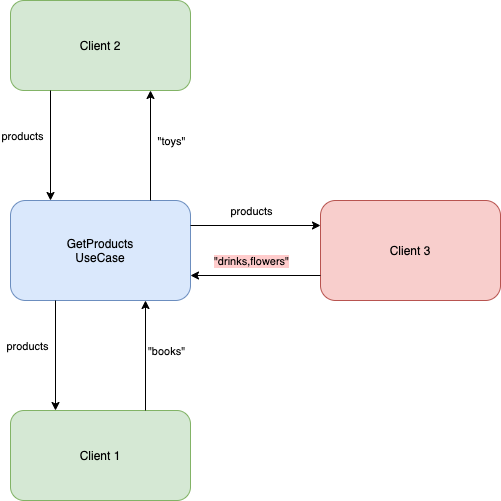
This is hyrum_law_end_behavior.png from fabiocarballo/fabiocarballo.github.io, a draw.io export, as it was before one commit. Source tidied: cells renumbered, new cells last; positions are measured from the earlier drawing's top-left corner, leaving out a move shared by most shapes. Source of this version:
```xml
<mxGraphModel>
  <root>
    <mxCell id="0" />
    <mxCell id="1" parent="0" />
    <mxCell id="2" value="Client 1" style="rounded=1;whiteSpace=wrap;html=1;fillColor=#d5e8d4;strokeColor=#82b366;" parent="1" vertex="1">
      <mxGeometry y="410" width="180" height="90" as="geometry" />
    </mxCell>
    <mxCell id="3" style="edgeStyle=orthogonalEdgeStyle;rounded=0;jettySize=auto;html=1;exitX=0.75;exitY=0;exitDx=0;exitDy=0;entryX=0.75;entryY=1;entryDx=0;entryDy=0;" parent="1" edge="1" source="2" target="5">
      <mxGeometry relative="1" as="geometry" />
    </mxCell>
    <mxCell id="4" value="&quot;books&quot;" style="edgeLabel;html=1;align=center;verticalAlign=middle;" parent="3" vertex="1">
      <mxGeometry x="0.09" y="1" relative="1" as="geometry">
        <mxPoint x="21" as="offset" />
      </mxGeometry>
    </mxCell>
    <mxCell id="5" value="GetProducts&lt;br&gt;UseCase" style="rounded=1;whiteSpace=wrap;html=1;fillColor=#dae8fc;strokeColor=#6c8ebf;" parent="1" vertex="1">
      <mxGeometry y="200" width="180" height="100" as="geometry" />
    </mxCell>
    <mxCell id="6" style="edgeStyle=orthogonalEdgeStyle;rounded=0;jettySize=auto;html=1;exitX=0.25;exitY=1;exitDx=0;exitDy=0;entryX=0.25;entryY=0;entryDx=0;entryDy=0;" parent="1" edge="1" source="5" target="2">
      <mxGeometry relative="1" as="geometry" />
    </mxCell>
    <mxCell id="7" value="products" style="edgeLabel;html=1;align=center;verticalAlign=middle;" parent="6" vertex="1">
      <mxGeometry x="-0.26" relative="1" as="geometry">
        <mxPoint x="-29" y="4" as="offset" />
      </mxGeometry>
    </mxCell>
    <mxCell id="8" value="Client 2" style="rounded=1;whiteSpace=wrap;html=1;fillColor=#d5e8d4;strokeColor=#82b366;" parent="1" vertex="1">
      <mxGeometry width="180" height="90" as="geometry" />
    </mxCell>
    <mxCell id="9" style="edgeStyle=orthogonalEdgeStyle;rounded=0;orthogonalLoop=1;jettySize=auto;html=1;exitX=0.25;exitY=1;exitDx=0;exitDy=0;entryX=0.25;entryY=0;entryDx=0;entryDy=0;" parent="1" edge="1">
      <mxGeometry relative="1" as="geometry">
        <mxPoint x="40" y="90" as="sourcePoint" />
        <mxPoint x="40" y="200" as="targetPoint" />
      </mxGeometry>
    </mxCell>
    <mxCell id="10" value="products" style="edgeLabel;html=1;align=center;verticalAlign=middle;" parent="9" vertex="1">
      <mxGeometry x="-0.26" relative="1" as="geometry">
        <mxPoint x="-29" y="4" as="offset" />
      </mxGeometry>
    </mxCell>
    <mxCell id="11" style="edgeStyle=orthogonalEdgeStyle;rounded=0;orthogonalLoop=1;jettySize=auto;html=1;exitX=0.75;exitY=0;exitDx=0;exitDy=0;entryX=0.75;entryY=1;entryDx=0;entryDy=0;" parent="1" edge="1">
      <mxGeometry relative="1" as="geometry">
        <mxPoint x="140" y="200" as="sourcePoint" />
        <mxPoint x="140" y="90" as="targetPoint" />
      </mxGeometry>
    </mxCell>
    <mxCell id="12" value="&quot;toys&quot;" style="edgeLabel;html=1;align=center;verticalAlign=middle;" parent="11" vertex="1">
      <mxGeometry x="0.09" y="1" relative="1" as="geometry">
        <mxPoint x="21" as="offset" />
      </mxGeometry>
    </mxCell>
    <mxCell id="13" value="Client 3" style="rounded=1;whiteSpace=wrap;html=1;fillColor=#f8cecc;strokeColor=#b85450;" parent="1" vertex="1">
      <mxGeometry x="310" y="200" width="180" height="100" as="geometry" />
    </mxCell>
    <mxCell id="14" style="edgeStyle=orthogonalEdgeStyle;rounded=0;jettySize=auto;html=1;exitX=0;exitY=0.75;exitDx=0;exitDy=0;entryX=1;entryY=0.75;entryDx=0;entryDy=0;" parent="1" edge="1" source="13" target="5">
      <mxGeometry relative="1" as="geometry" />
    </mxCell>
    <mxCell id="15" value="&quot;drinks,flowers&quot;" style="edgeLabel;html=1;align=center;verticalAlign=middle;labelBackgroundColor=#FFCCCC;" parent="14" vertex="1">
      <mxGeometry x="0.09" y="1" relative="1" as="geometry">
        <mxPoint x="1" y="-16" as="offset" />
      </mxGeometry>
    </mxCell>
    <mxCell id="16" style="edgeStyle=orthogonalEdgeStyle;rounded=0;jettySize=auto;html=1;exitX=1;exitY=0.25;exitDx=0;exitDy=0;entryX=0;entryY=0.25;entryDx=0;entryDy=0;" parent="1" edge="1" source="5" target="13">
      <mxGeometry relative="1" as="geometry" />
    </mxCell>
    <mxCell id="17" value="products" style="edgeLabel;html=1;align=center;verticalAlign=middle;" parent="16" vertex="1">
      <mxGeometry x="-0.26" relative="1" as="geometry">
        <mxPoint x="12" y="-15" as="offset" />
      </mxGeometry>
    </mxCell>
  </root>
</mxGraphModel>
```
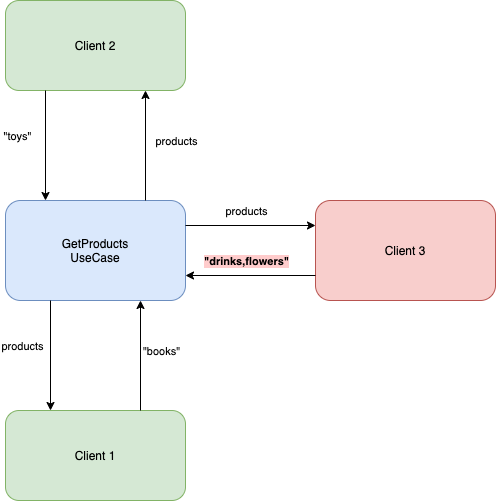
After the change.

What changed in the source:
```diff
@@ -33,7 +33,7 @@
         <mxPoint x="40" y="200" as="targetPoint" />
       </mxGeometry>
     </mxCell>
-    <mxCell id="10" value="products" style="edgeLabel;html=1;align=center;verticalAlign=middle;" parent="9" vertex="1">
+    <mxCell id="10" value="&quot;toys&quot;" style="edgeLabel;html=1;align=center;verticalAlign=middle;" parent="9" vertex="1">
       <mxGeometry x="-0.26" relative="1" as="geometry">
         <mxPoint x="-29" y="4" as="offset" />
       </mxGeometry>
@@ -44,18 +44,18 @@
         <mxPoint x="140" y="90" as="targetPoint" />
       </mxGeometry>
     </mxCell>
-    <mxCell id="12" value="&quot;toys&quot;" style="edgeLabel;html=1;align=center;verticalAlign=middle;" parent="11" vertex="1">
+    <mxCell id="12" value="products" style="edgeLabel;html=1;align=center;verticalAlign=middle;labelBackgroundColor=default;fontColor=default;" parent="11" vertex="1">
       <mxGeometry x="0.09" y="1" relative="1" as="geometry">
-        <mxPoint x="21" as="offset" />
+        <mxPoint x="31" as="offset" />
       </mxGeometry>
     </mxCell>
-    <mxCell id="13" value="Client 3" style="rounded=1;whiteSpace=wrap;html=1;fillColor=#f8cecc;strokeColor=#b85450;" parent="1" vertex="1">
+    <mxCell id="13" value="Client 3" style="rounded=1;whiteSpace=wrap;html=1;fillColor=#f8cecc;strokeColor=#b85450;fontColor=default;" parent="1" vertex="1">
       <mxGeometry x="310" y="200" width="180" height="100" as="geometry" />
     </mxCell>
     <mxCell id="14" style="edgeStyle=orthogonalEdgeStyle;rounded=0;jettySize=auto;html=1;exitX=0;exitY=0.75;exitDx=0;exitDy=0;entryX=1;entryY=0.75;entryDx=0;entryDy=0;" parent="1" edge="1" source="13" target="5">
       <mxGeometry relative="1" as="geometry" />
     </mxCell>
-    <mxCell id="15" value="&quot;drinks,flowers&quot;" style="edgeLabel;html=1;align=center;verticalAlign=middle;labelBackgroundColor=#FFCCCC;" parent="14" vertex="1">
+    <mxCell id="15" value="&quot;drinks,flowers&quot;" style="edgeLabel;html=1;align=center;verticalAlign=middle;fontStyle=1;labelBackgroundColor=#FFCCCC;fontColor=default;" parent="14" vertex="1">
       <mxGeometry x="0.09" y="1" relative="1" as="geometry">
         <mxPoint x="1" y="-16" as="offset" />
       </mxGeometry>
```
